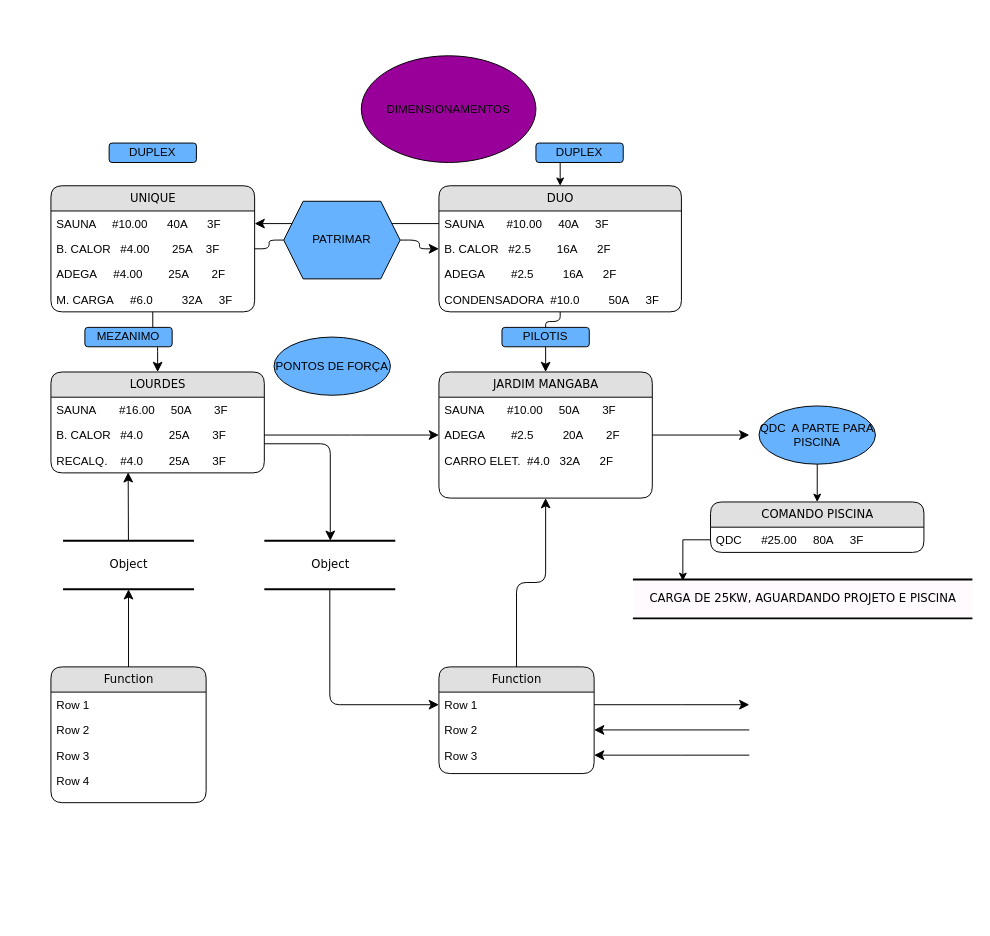
Before: Dimensionamentos.drawio in LuizGarcia22/firsttimedream, a draw.io diagram. Source tidied: cells renumbered, new cells numbered last; positions are measured from the earlier drawing's top-left corner, leaving out a move shared by most shapes. Both pictures are drawn from the tidied source at 97%, with x=0, y=0 at pixel (50, 55).
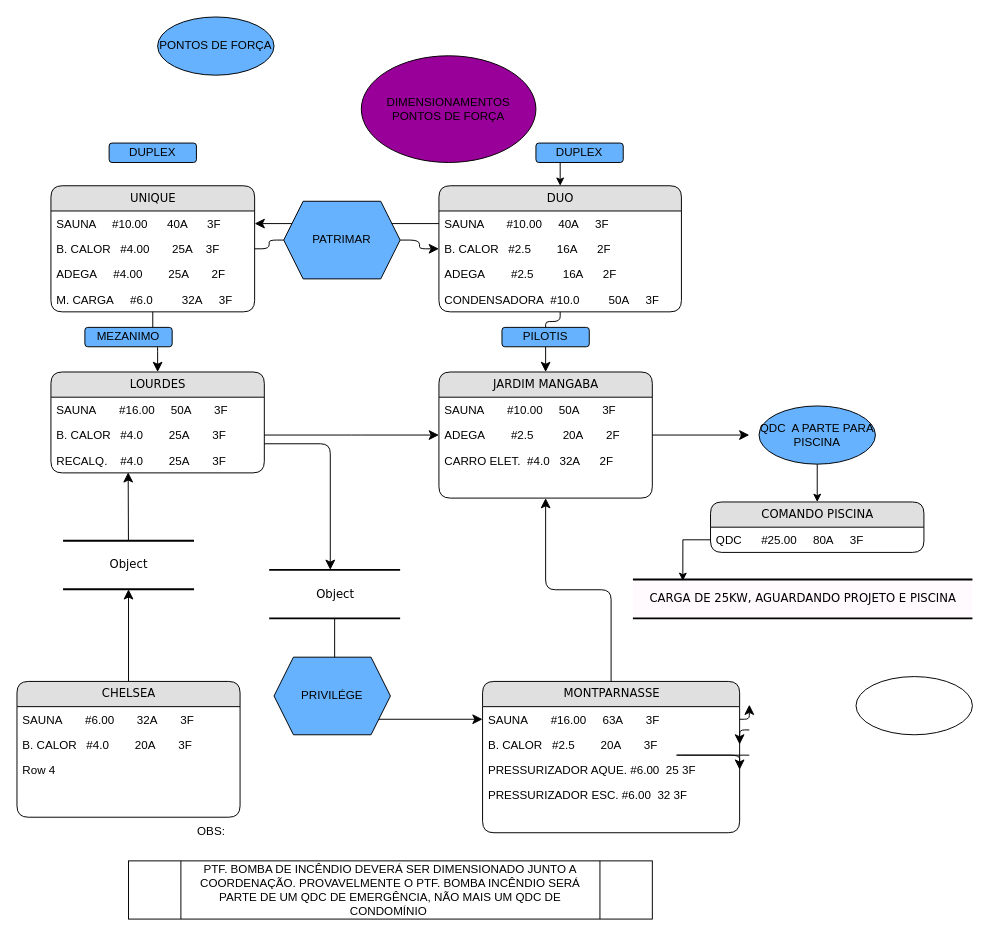
The same page after the edit.

What changed in the source:
```diff
@@
-    <mxCell id="17" value="Function" style="swimlane;html=1;fontStyle=0;horizontal=1;startSize=26;fillColor=#e0e0e0;swimlaneFillColor=#ffffff;align=center;rounded=1;shadow=0;comic=0;labelBackgroundColor=none;strokeWidth=1;fontFamily=Verdana;fontSize=12;fontColor=#000000;" parent="1" vertex="1">
-      <mxGeometry y="630" width="160" height="140" as="geometry" />
+    <mxCell id="17" value="CHELSEA" style="swimlane;html=1;fontStyle=0;horizontal=1;startSize=26;fillColor=#e0e0e0;swimlaneFillColor=#ffffff;align=center;rounded=1;shadow=0;comic=0;labelBackgroundColor=none;strokeWidth=1;fontFamily=Verdana;fontSize=12;fontColor=#000000;" parent="1" vertex="1">
+      <mxGeometry x="-35" y="645" width="230" height="140" as="geometry" />
     </mxCell>
-    <mxCell id="18" value="Row 1" style="text;html=1;strokeColor=none;fillColor=none;spacingLeft=4;spacingRight=4;whiteSpace=wrap;overflow=hidden;fontColor=#000000;" parent="17" vertex="1">
-      <mxGeometry y="26" width="160" height="26" as="geometry" />
-    </mxCell>
-    <mxCell id="19" value="Row 2" style="text;html=1;strokeColor=none;fillColor=none;spacingLeft=4;spacingRight=4;whiteSpace=wrap;overflow=hidden;fontColor=#000000;" parent="17" vertex="1">
-      <mxGeometry y="52" width="160" height="26" as="geometry" />
+    <mxCell id="19" value="SAUNA&amp;nbsp;&amp;nbsp; &amp;nbsp; &amp;nbsp;&amp;nbsp;#6.00&amp;nbsp; &amp;nbsp; &amp;nbsp; &amp;nbsp;32A&amp;nbsp;&amp;nbsp;&amp;nbsp; &amp;nbsp; &amp;nbsp;3F" style="text;html=1;strokeColor=none;fillColor=none;spacingLeft=4;spacingRight=4;whiteSpace=wrap;overflow=hidden;fontColor=#000000;" parent="17" vertex="1">
+      <mxGeometry y="26" width="230" height="26" as="geometry" />
     </mxCell>
-    <mxCell id="20" value="Row 3" style="text;html=1;strokeColor=none;fillColor=none;spacingLeft=4;spacingRight=4;whiteSpace=wrap;overflow=hidden;fontColor=#000000;" parent="17" vertex="1">
-      <mxGeometry y="78" width="160" height="26" as="geometry" />
+    <mxCell id="20" value="B. CALOR&amp;nbsp; &amp;nbsp;#4.0&amp;nbsp; &amp;nbsp; &amp;nbsp; &amp;nbsp; 20A&amp;nbsp; &amp;nbsp; &amp;nbsp; &amp;nbsp;3F" style="text;html=1;strokeColor=none;fillColor=none;spacingLeft=4;spacingRight=4;whiteSpace=wrap;overflow=hidden;fontColor=#000000;" parent="17" vertex="1">
+      <mxGeometry y="52" width="230" height="26" as="geometry" />
     </mxCell>
     <mxCell id="21" value="Row 4" style="text;html=1;strokeColor=none;fillColor=none;spacingLeft=4;spacingRight=4;whiteSpace=wrap;overflow=hidden;fontColor=#000000;" parent="17" vertex="1">
-      <mxGeometry y="104" width="160" height="26" as="geometry" />
+      <mxGeometry y="78" width="230" height="26" as="geometry" />
     </mxCell>
+    <mxCell id="62" style="text;html=1;strokeColor=none;fillColor=none;spacingLeft=4;spacingRight=4;whiteSpace=wrap;overflow=hidden;fontColor=#000000;" parent="17" vertex="1">
+      <mxGeometry y="104" width="230" height="26" as="geometry" />
+    </mxCell>
@@
-    <mxCell id="27" value="Function" style="swimlane;html=1;fontStyle=0;horizontal=1;startSize=26;fillColor=#e0e0e0;swimlaneFillColor=#ffffff;align=center;rounded=1;shadow=0;comic=0;labelBackgroundColor=none;strokeWidth=1;fontFamily=Verdana;fontSize=12;fontColor=#000000;" parent="1" vertex="1">
-      <mxGeometry x="400" y="630" width="160" height="110" as="geometry" />
+    <mxCell id="27" value="MONTPARNASSE" style="swimlane;html=1;fontStyle=0;horizontal=1;startSize=26;fillColor=#e0e0e0;swimlaneFillColor=#ffffff;align=center;rounded=1;shadow=0;comic=0;labelBackgroundColor=none;strokeWidth=1;fontFamily=Verdana;fontSize=12;fontColor=#000000;" parent="1" vertex="1">
+      <mxGeometry x="445" y="645" width="265" height="156" as="geometry" />
     </mxCell>
-    <mxCell id="28" value="Row 1" style="text;html=1;strokeColor=none;fillColor=none;spacingLeft=4;spacingRight=4;whiteSpace=wrap;overflow=hidden;points=[[0,0.5],[1,0.5]];portConstraint=eastwest;fontColor=#000000;" parent="27" vertex="1">
-      <mxGeometry y="26" width="160" height="26" as="geometry" />
+    <mxCell id="28" value="SAUNA&amp;nbsp;&amp;nbsp; &amp;nbsp; &amp;nbsp;&amp;nbsp;#16.00&amp;nbsp; &amp;nbsp; &amp;nbsp;63A&amp;nbsp;&amp;nbsp;&amp;nbsp; &amp;nbsp; &amp;nbsp;3F" style="text;html=1;strokeColor=none;fillColor=none;spacingLeft=4;spacingRight=4;whiteSpace=wrap;overflow=hidden;points=[[0,0.5],[1,0.5]];portConstraint=eastwest;fontColor=#000000;" parent="27" vertex="1">
+      <mxGeometry y="26" width="265" height="26" as="geometry" />
     </mxCell>
-    <mxCell id="29" value="Row 2" style="text;html=1;strokeColor=none;fillColor=none;spacingLeft=4;spacingRight=4;whiteSpace=wrap;overflow=hidden;points=[[0,0.5],[1,0.5]];portConstraint=eastwest;fontColor=#000000;" parent="27" vertex="1">
-      <mxGeometry y="52" width="160" height="26" as="geometry" />
+    <mxCell id="29" value="B. CALOR&amp;nbsp; &amp;nbsp;#2.5&amp;nbsp; &amp;nbsp; &amp;nbsp; &amp;nbsp; 20A&amp;nbsp; &amp;nbsp; &amp;nbsp; &amp;nbsp;3F" style="text;html=1;strokeColor=none;fillColor=none;spacingLeft=4;spacingRight=4;whiteSpace=wrap;overflow=hidden;points=[[0,0.5],[1,0.5]];portConstraint=eastwest;fontColor=#000000;" parent="27" vertex="1">
+      <mxGeometry y="52" width="265" height="26" as="geometry" />
     </mxCell>
-    <mxCell id="30" value="Row 3" style="text;html=1;strokeColor=none;fillColor=none;spacingLeft=4;spacingRight=4;whiteSpace=wrap;overflow=hidden;points=[[0,0.5],[1,0.5]];portConstraint=eastwest;fontColor=#000000;" parent="27" vertex="1">
-      <mxGeometry y="78" width="160" height="26" as="geometry" />
+    <mxCell id="30" value="PRESSURIZADOR AQUE. #6.00&amp;nbsp; 25 3F" style="text;html=1;strokeColor=none;fillColor=none;spacingLeft=4;spacingRight=4;whiteSpace=wrap;overflow=hidden;points=[[0,0.5],[1,0.5]];portConstraint=eastwest;fontColor=#000000;" parent="27" vertex="1">
+      <mxGeometry y="78" width="265" height="26" as="geometry" />
     </mxCell>
+    <mxCell id="63" value="PRESSURIZADOR ESC. #6.00&amp;nbsp; 32 3F" style="text;html=1;strokeColor=none;fillColor=none;spacingLeft=4;spacingRight=4;whiteSpace=wrap;overflow=hidden;fontColor=#000000;" parent="27" vertex="1">
+      <mxGeometry y="104" width="265" height="26" as="geometry" />
+    </mxCell>
+    <mxCell id="64" style="text;html=1;strokeColor=none;fillColor=none;spacingLeft=4;spacingRight=4;whiteSpace=wrap;overflow=hidden;fontColor=#000000;" parent="27" vertex="1">
+      <mxGeometry y="130" width="265" height="26" as="geometry" />
+    </mxCell>
     <mxCell id="31" value="Object" style="html=1;rounded=0;shadow=0;comic=0;labelBackgroundColor=none;strokeWidth=2;fontFamily=Verdana;fontSize=12;align=center;shape=mxgraph.ios7ui.horLines;fontColor=#000000;" parent="1" vertex="1">
-      <mxGeometry x="220" y="500" width="135" height="50" as="geometry" />
+      <mxGeometry x="225" y="530" width="135" height="50" as="geometry" />
     </mxCell>
@@
-    <mxCell id="46" value="DIMENSIONAMENTOS" style="ellipse;whiteSpace=wrap;html=1;fontColor=#000000;fillColor=#990099;" parent="1" vertex="1">
+    <mxCell id="46" value="DIMENSIONAMENTOS&lt;br&gt;PONTOS DE FORÇA" style="ellipse;whiteSpace=wrap;html=1;fontColor=#000000;fillColor=#990099;" parent="1" vertex="1">
       <mxGeometry x="320" width="180" height="110" as="geometry" />
     </mxCell>
@@
     <mxCell id="55" value="PONTOS DE FORÇA" style="ellipse;whiteSpace=wrap;html=1;fontColor=#000000;fillColor=#66B2FF;" parent="1" vertex="1">
-      <mxGeometry x="230" y="290" width="120" height="60" as="geometry" />
+      <mxGeometry x="110" y="-40" width="120" height="60" as="geometry" />
     </mxCell>
@@
+    <mxCell id="65" value="PRIVILÉGE" style="shape=hexagon;perimeter=hexagonPerimeter2;whiteSpace=wrap;html=1;fixedSize=1;fontColor=#000000;fillColor=#66B2FF;" parent="1" vertex="1">
+      <mxGeometry x="230" y="620" width="120" height="80" as="geometry" />
+    </mxCell>
+    <mxCell id="66" style="ellipse;whiteSpace=wrap;html=1;" parent="1" vertex="1">
+      <mxGeometry x="830" y="640" width="120" height="60" as="geometry" />
+    </mxCell>
+    <mxCell id="67" value="PTF. BOMBA DE INCÊNDIO DEVERÁ SER DIMENSIONADO JUNTO A COORDENAÇÃO. PROVAVELMENTE O PTF. BOMBA INCÊNDIO SERÁ PARTE DE UM QDC DE EMERGÊNCIA, NÃO MAIS UM QDC DE CONDOMÍNIO&amp;nbsp;" style="shape=process;whiteSpace=wrap;html=1;backgroundOutline=1;" parent="1" vertex="1">
+      <mxGeometry x="80" y="830" width="540" height="60" as="geometry" />
+    </mxCell>
+    <mxCell id="68" value="OBS:" style="text;html=1;align=center;verticalAlign=middle;strokeColor=none;fillColor=none;" parent="1" vertex="1">
+      <mxGeometry x="140" y="785" width="50" height="30" as="geometry" />
+    </mxCell>
```
